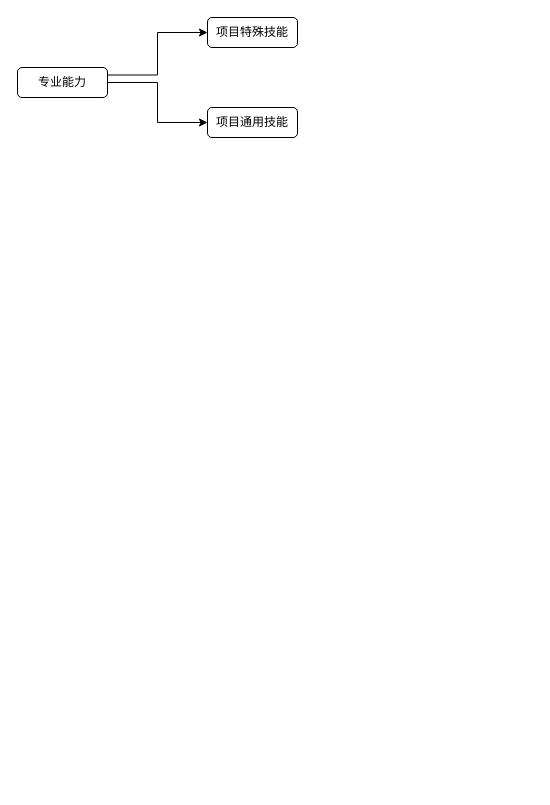
The draw.io diagram life.drawio in LBACK1912/chart, before the edit. Source tidied: cells renumbered, new cells numbered last; positions are measured from the earlier drawing's top-left corner, leaving out a move shared by most shapes. Both pictures are drawn from the tidied source at 100%, with x=0, y=0 at pixel (17, 17).
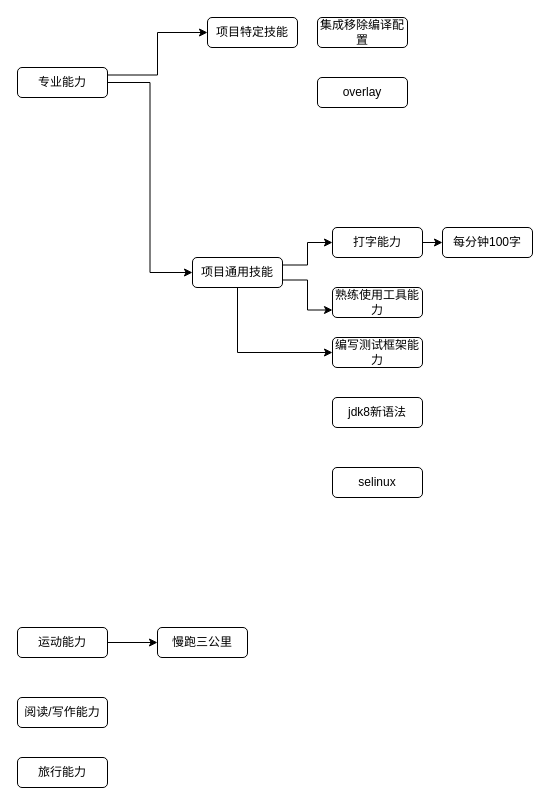
The same page after the edit.

The edit, as a diff of the source:
```diff
@@
-    <mxCell id="5" value="项目特殊技能" style="rounded=1;whiteSpace=wrap;html=1;" parent="1" vertex="1">
+    <mxCell id="5" value="项目特定技能" style="rounded=1;whiteSpace=wrap;html=1;" parent="1" vertex="1">
       <mxGeometry x="190" width="90" height="30" as="geometry" />
     </mxCell>
+    <mxCell id="7" style="edgeStyle=orthogonalEdgeStyle;rounded=0;jettySize=auto;html=1;exitX=1;exitY=0.25;exitDx=0;exitDy=0;" parent="1" edge="1" source="6" target="16">
+      <mxGeometry relative="1" as="geometry" />
+    </mxCell>
+    <mxCell id="8" style="edgeStyle=orthogonalEdgeStyle;rounded=0;jettySize=auto;html=1;exitX=1;exitY=0.75;exitDx=0;exitDy=0;entryX=0;entryY=0.75;entryDx=0;entryDy=0;" parent="1" edge="1" source="6" target="18">
+      <mxGeometry relative="1" as="geometry" />
+    </mxCell>
+    <mxCell id="9" style="edgeStyle=orthogonalEdgeStyle;rounded=0;jettySize=auto;html=1;exitX=0.5;exitY=1;exitDx=0;exitDy=0;entryX=0;entryY=0.5;entryDx=0;entryDy=0;" parent="1" edge="1" source="6" target="19">
+      <mxGeometry relative="1" as="geometry" />
+    </mxCell>
     <mxCell id="6" value="项目通用技能" style="rounded=1;whiteSpace=wrap;html=1;" parent="1" vertex="1">
-      <mxGeometry x="190" y="90" width="90" height="30" as="geometry" />
+      <mxGeometry x="175" y="240" width="90" height="30" as="geometry" />
     </mxCell>
+    <mxCell id="10" style="edgeStyle=orthogonalEdgeStyle;rounded=0;jettySize=auto;html=1;exitX=1;exitY=0.5;exitDx=0;exitDy=0;entryX=0;entryY=0.5;entryDx=0;entryDy=0;" parent="1" edge="1" source="11" target="12">
+      <mxGeometry relative="1" as="geometry" />
+    </mxCell>
+    <mxCell id="11" value="运动能力" style="rounded=1;whiteSpace=wrap;html=1;" parent="1" vertex="1">
+      <mxGeometry y="610" width="90" height="30" as="geometry" />
+    </mxCell>
+    <mxCell id="12" value="慢跑三公里" style="rounded=1;whiteSpace=wrap;html=1;" parent="1" vertex="1">
+      <mxGeometry x="140" y="610" width="90" height="30" as="geometry" />
+    </mxCell>
+    <mxCell id="13" value="阅读/写作能力" style="rounded=1;whiteSpace=wrap;html=1;" parent="1" vertex="1">
+      <mxGeometry y="680" width="90" height="30" as="geometry" />
+    </mxCell>
+    <mxCell id="14" value="旅行能力" style="rounded=1;whiteSpace=wrap;html=1;" parent="1" vertex="1">
+      <mxGeometry y="740" width="90" height="30" as="geometry" />
+    </mxCell>
+    <mxCell id="15" style="edgeStyle=orthogonalEdgeStyle;rounded=0;jettySize=auto;html=1;exitX=1;exitY=0.5;exitDx=0;exitDy=0;entryX=0;entryY=0.5;entryDx=0;entryDy=0;" parent="1" edge="1" source="16" target="17">
+      <mxGeometry relative="1" as="geometry" />
+    </mxCell>
+    <mxCell id="16" value="打字能力" style="rounded=1;whiteSpace=wrap;html=1;" parent="1" vertex="1">
+      <mxGeometry x="315" y="210" width="90" height="30" as="geometry" />
+    </mxCell>
+    <mxCell id="17" value="每分钟100字" style="rounded=1;whiteSpace=wrap;html=1;" parent="1" vertex="1">
+      <mxGeometry x="425" y="210" width="90" height="30" as="geometry" />
+    </mxCell>
+    <mxCell id="18" value="熟练使用工具能力" style="rounded=1;whiteSpace=wrap;html=1;" parent="1" vertex="1">
+      <mxGeometry x="315" y="270" width="90" height="30" as="geometry" />
+    </mxCell>
+    <mxCell id="19" value="编写测试框架能力" style="rounded=1;whiteSpace=wrap;html=1;" parent="1" vertex="1">
+      <mxGeometry x="315" y="320" width="90" height="30" as="geometry" />
+    </mxCell>
+    <mxCell id="20" value="selinux" style="rounded=1;whiteSpace=wrap;html=1;" parent="1" vertex="1">
+      <mxGeometry x="315" y="450" width="90" height="30" as="geometry" />
+    </mxCell>
+    <mxCell id="21" value="jdk8新语法" style="rounded=1;whiteSpace=wrap;html=1;" parent="1" vertex="1">
+      <mxGeometry x="315" y="380" width="90" height="30" as="geometry" />
+    </mxCell>
+    <mxCell id="22" value="overlay" style="rounded=1;whiteSpace=wrap;html=1;" parent="1" vertex="1">
+      <mxGeometry x="300" y="60" width="90" height="30" as="geometry" />
+    </mxCell>
+    <mxCell id="23" value="集成移除编译配置" style="rounded=1;whiteSpace=wrap;html=1;" parent="1" vertex="1">
+      <mxGeometry x="300" width="90" height="30" as="geometry" />
+    </mxCell>
```
